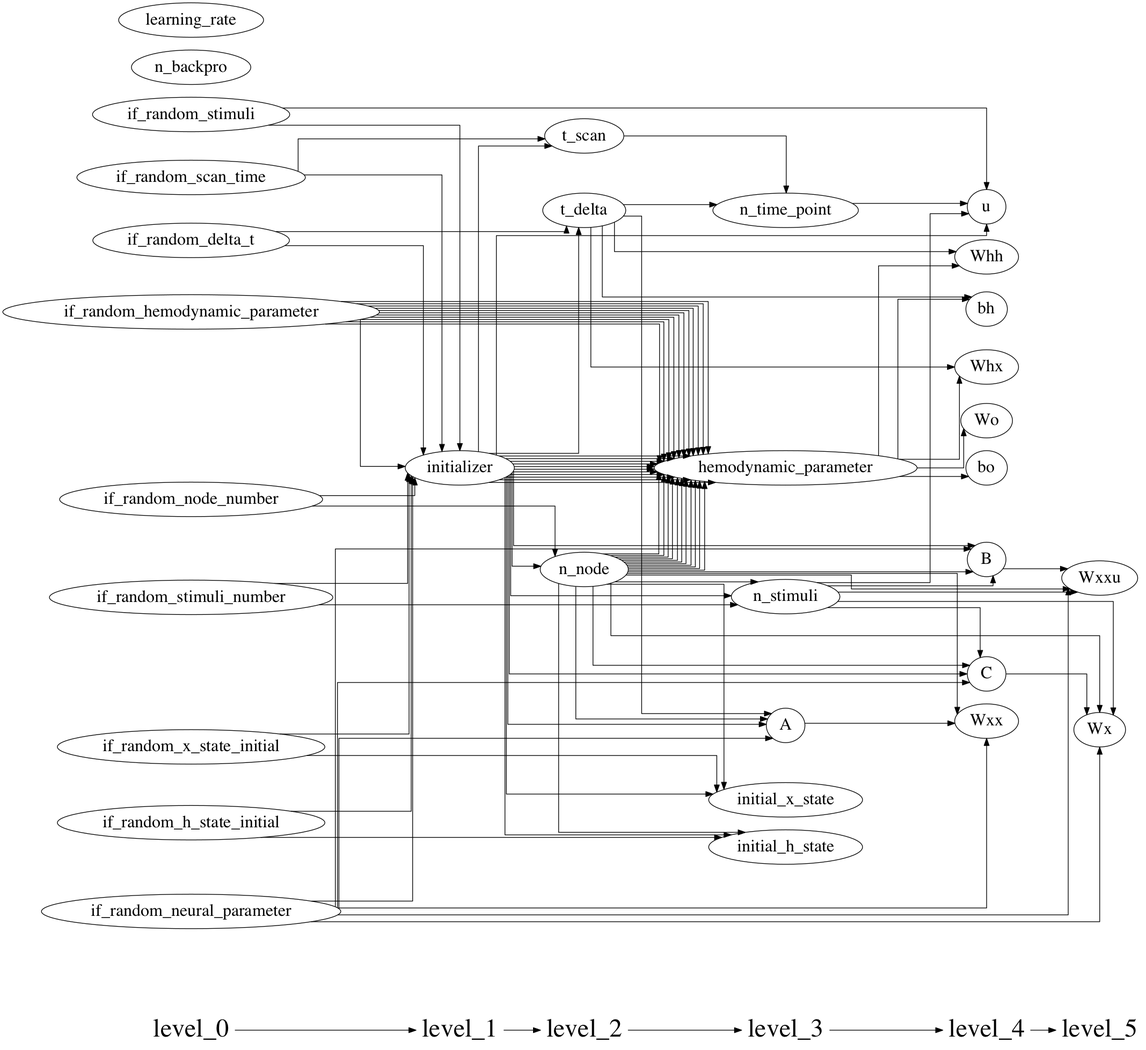
Before: DCM_RNN/documents/parameter_graph.png, a diagram exported from Graphviz (YuanWangOnward/DCM_RNN). Its source is kept beside it as DCM_RNN/documents/parameter_graph.gv.
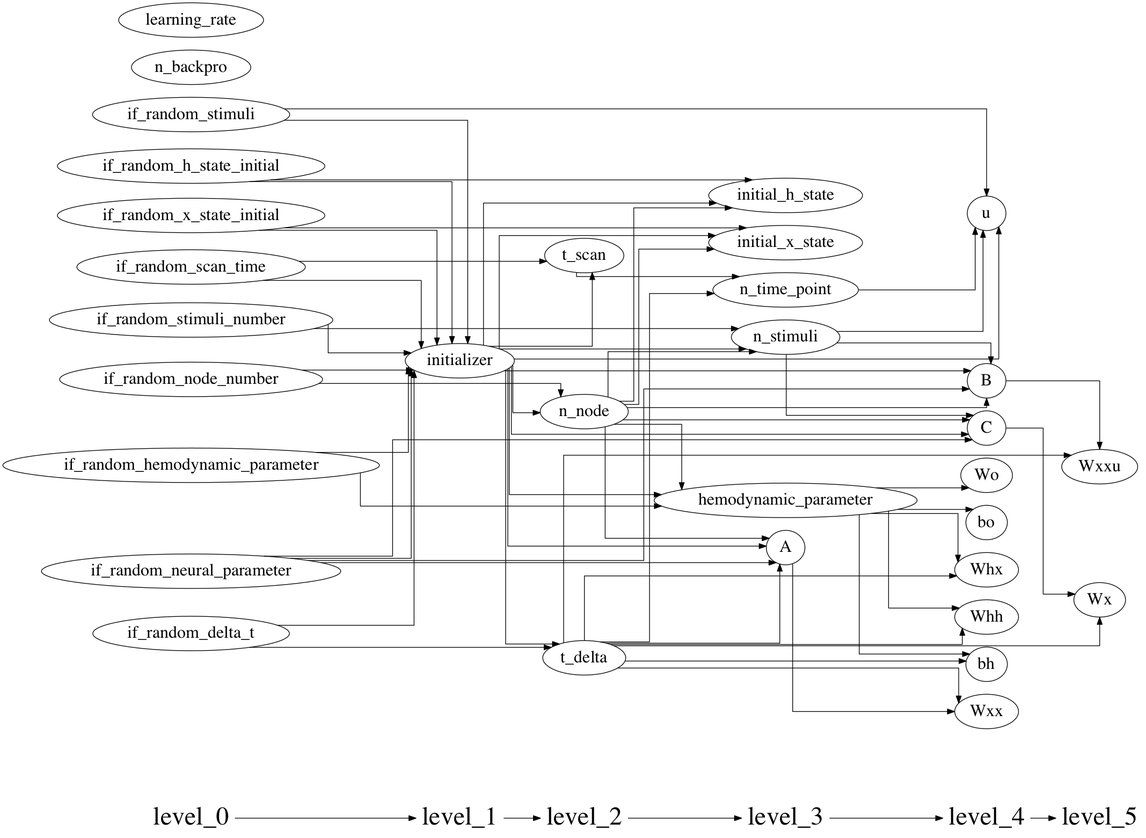
After the change.

Change to the diagram source:
```diff
@@ -20,7 +20,15 @@
           initial_h_state;
           }
           {rank = same;
-          initializer;
+          u;
+          B;
+          C;
+          Wxx;
+          Whx;
+          Whh;
+          bh;
+          Wo;
+          bo;
           }
           {rank = same;
           if_random_neural_parameter;
@@ -41,58 +49,25 @@
           t_scan;
           }
           {rank = same;
-          u;
-          B;
-          C;
-          Wxx;
-          Whx;
-          Whh;
-          bh;
-          Wo;
-          bo;
+          initializer;
           }
           {rank = same;
           Wxxu;
           Wx;
           }
-          if_random_scan_time;
-          if_random_neural_parameter -> Wx;
-          n_node -> Wx;
-          n_stimuli -> Wx;
-          C -> Wx;
           n_node -> hemodynamic_parameter;
           if_random_hemodynamic_parameter -> hemodynamic_parameter;
           initializer -> hemodynamic_parameter;
-          if_random_stimuli;
-          hemodynamic_parameter -> Wo;
-          if_random_neural_parameter -> B;
-          n_node -> B;
-          n_stimuli -> B;
-          initializer -> B;
-          if_random_h_state_initial;
-          if_random_stimuli_number -> n_stimuli;
-          n_node -> n_stimuli;
-          initializer -> n_stimuli;
-          n_node -> initial_h_state;
-          if_random_h_state_initial -> initial_h_state;
-          initializer -> initial_h_state;
-          n_node -> hemodynamic_parameter;
-          if_random_hemodynamic_parameter -> hemodynamic_parameter;
-          initializer -> hemodynamic_parameter;
-          if_random_neural_parameter -> Wxx;
-          n_node -> Wxx;
+          learning_rate;
+          if_random_stimuli -> u;
+          n_stimuli -> u;
+          n_time_point -> u;
+          initializer -> u;
+          n_node -> initial_x_state;
+          if_random_x_state_initial -> initial_x_state;
+          initializer -> initial_x_state;
           A -> Wxx;
-          n_backpro;
-          if_random_delta_t -> t_delta;
-          initializer -> t_delta;
-          if_random_hemodynamic_parameter;
-          t_scan -> n_time_point;
-          t_delta -> n_time_point;
-          if_random_scan_time -> t_scan;
-          initializer -> t_scan;
-          n_node -> hemodynamic_parameter;
-          if_random_hemodynamic_parameter -> hemodynamic_parameter;
-          initializer -> hemodynamic_parameter;
+          t_delta -> Wxx;
           if_random_neural_parameter -> initializer;
           if_random_hemodynamic_parameter -> initializer;
           if_random_x_state_initial -> initializer;
@@ -102,62 +77,52 @@
           if_random_stimuli_number -> initializer;
           if_random_delta_t -> initializer;
           if_random_scan_time -> initializer;
-          n_node -> hemodynamic_parameter;
-          if_random_hemodynamic_parameter -> hemodynamic_parameter;
-          initializer -> hemodynamic_parameter;
-          n_node -> hemodynamic_parameter;
-          if_random_hemodynamic_parameter -> hemodynamic_parameter;
-          initializer -> hemodynamic_parameter;
+          if_random_x_state_initial;
+          if_random_neural_parameter -> B;
+          n_node -> B;
+          n_stimuli -> B;
+          initializer -> B;
+          if_random_node_number -> n_node;
+          initializer -> n_node;
           hemodynamic_parameter -> Whh;
           t_delta -> Whh;
-          n_node -> hemodynamic_parameter;
-          if_random_hemodynamic_parameter -> hemodynamic_parameter;
-          initializer -> hemodynamic_parameter;
+          hemodynamic_parameter -> bo;
+          B -> Wxxu;
+          t_delta -> Wxxu;
+          hemodynamic_parameter -> Whx;
+          t_delta -> Whx;
+          n_node -> initial_h_state;
+          if_random_h_state_initial -> initial_h_state;
+          initializer -> initial_h_state;
+          if_random_delta_t -> t_delta;
+          initializer -> t_delta;
+          if_random_h_state_initial;
+          if_random_scan_time -> t_scan;
+          initializer -> t_scan;
+          if_random_delta_t;
+          if_random_scan_time;
           hemodynamic_parameter -> bh;
           t_delta -> bh;
-          if_random_neural_parameter;
-          if_random_x_state_initial;
-          n_node -> hemodynamic_parameter;
-          if_random_hemodynamic_parameter -> hemodynamic_parameter;
-          initializer -> hemodynamic_parameter;
-          if_random_stimuli_number;
-          n_node -> hemodynamic_parameter;
-          if_random_hemodynamic_parameter -> hemodynamic_parameter;
-          initializer -> hemodynamic_parameter;
-          if_random_node_number -> n_node;
-          initializer -> n_node;
-          n_node -> hemodynamic_parameter;
-          if_random_hemodynamic_parameter -> hemodynamic_parameter;
-          initializer -> hemodynamic_parameter;
+          if_random_neural_parameter -> C;
+          n_node -> C;
+          n_stimuli -> C;
+          initializer -> C;
+          t_scan -> n_time_point;
+          t_delta -> n_time_point;
+          if_random_node_number;
+          if_random_stimuli_number -> n_stimuli;
+          n_node -> n_stimuli;
+          initializer -> n_stimuli;
           t_delta -> A;
           if_random_neural_parameter -> A;
           n_node -> A;
           initializer -> A;
-          n_node -> hemodynamic_parameter;
-          if_random_hemodynamic_parameter -> hemodynamic_parameter;
-          initializer -> hemodynamic_parameter;
-          if_random_neural_parameter -> C;
-          n_node -> C;
-          n_stimuli -> C;
-          initializer -> C;
-          if_random_neural_parameter -> Wxxu;
-          n_node -> Wxxu;
-          n_stimuli -> Wxxu;
-          B -> Wxxu;
-          learning_rate;
-          if_random_stimuli -> u;
-          n_stimuli -> u;
-          n_time_point -> u;
-          initializer -> u;
-          if_random_delta_t;
-          n_node -> hemodynamic_parameter;
-          if_random_hemodynamic_parameter -> hemodynamic_parameter;
-          initializer -> hemodynamic_parameter;
-          n_node -> initial_x_state;
-          if_random_x_state_initial -> initial_x_state;
-          initializer -> initial_x_state;
-          hemodynamic_parameter -> bo;
-          hemodynamic_parameter -> Whx;
-          t_delta -> Whx;
-          if_random_node_number;
+          hemodynamic_parameter -> Wo;
+          n_backpro;
+          if_random_stimuli_number;
+          if_random_stimuli;
+          if_random_hemodynamic_parameter;
+          if_random_neural_parameter;
+          C -> Wx;
+          t_delta -> Wx;
 }
```
